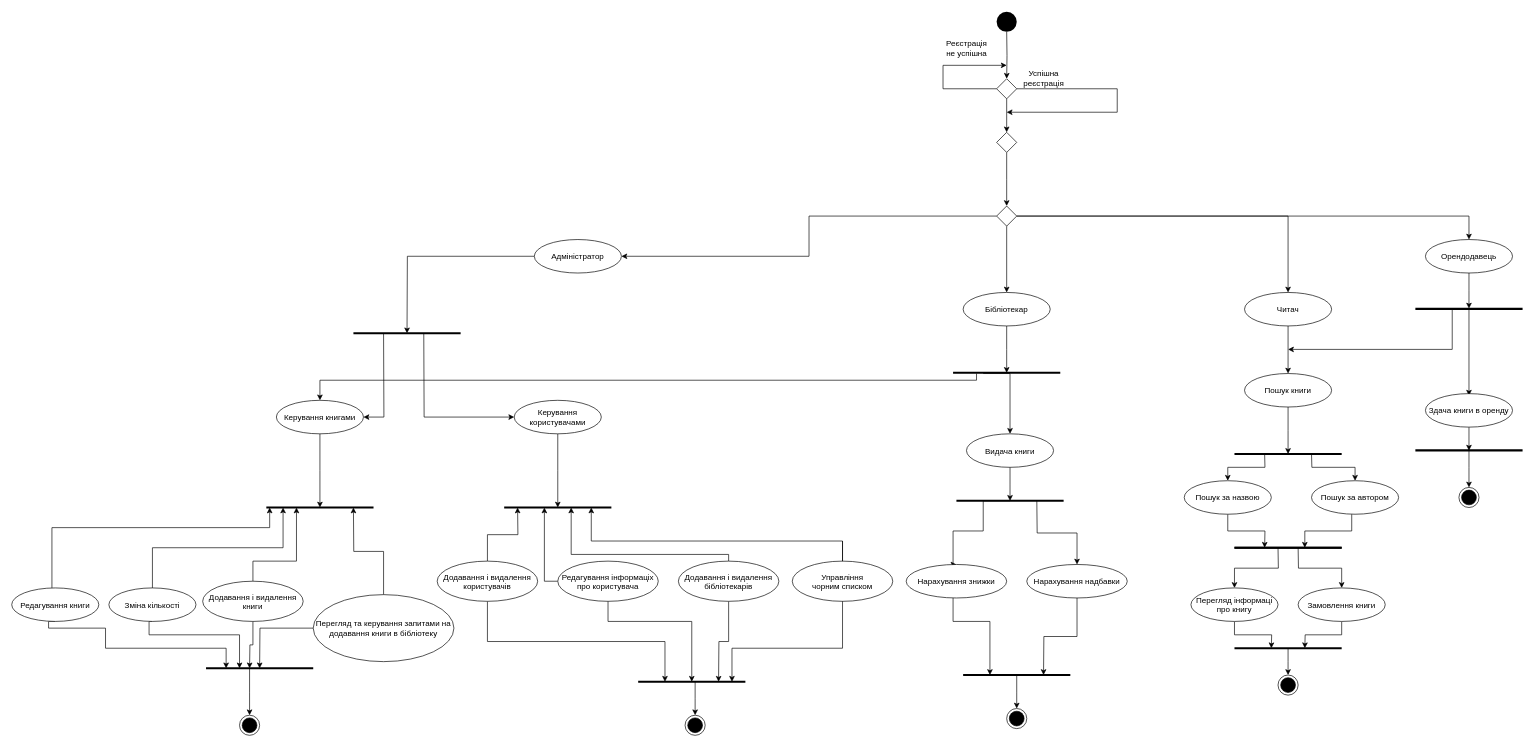
Above: activity_diagram.drawio in mmeerrccyy/tcpp_library_project (draw.io), before the change. Source tidied: cells renumbered, new cells numbered last; positions are measured from the earlier drawing's top-left corner, leaving out a move shared by most shapes. Both pictures are drawn from the tidied source at 67%, with x=0, y=0 at pixel (11, 11).
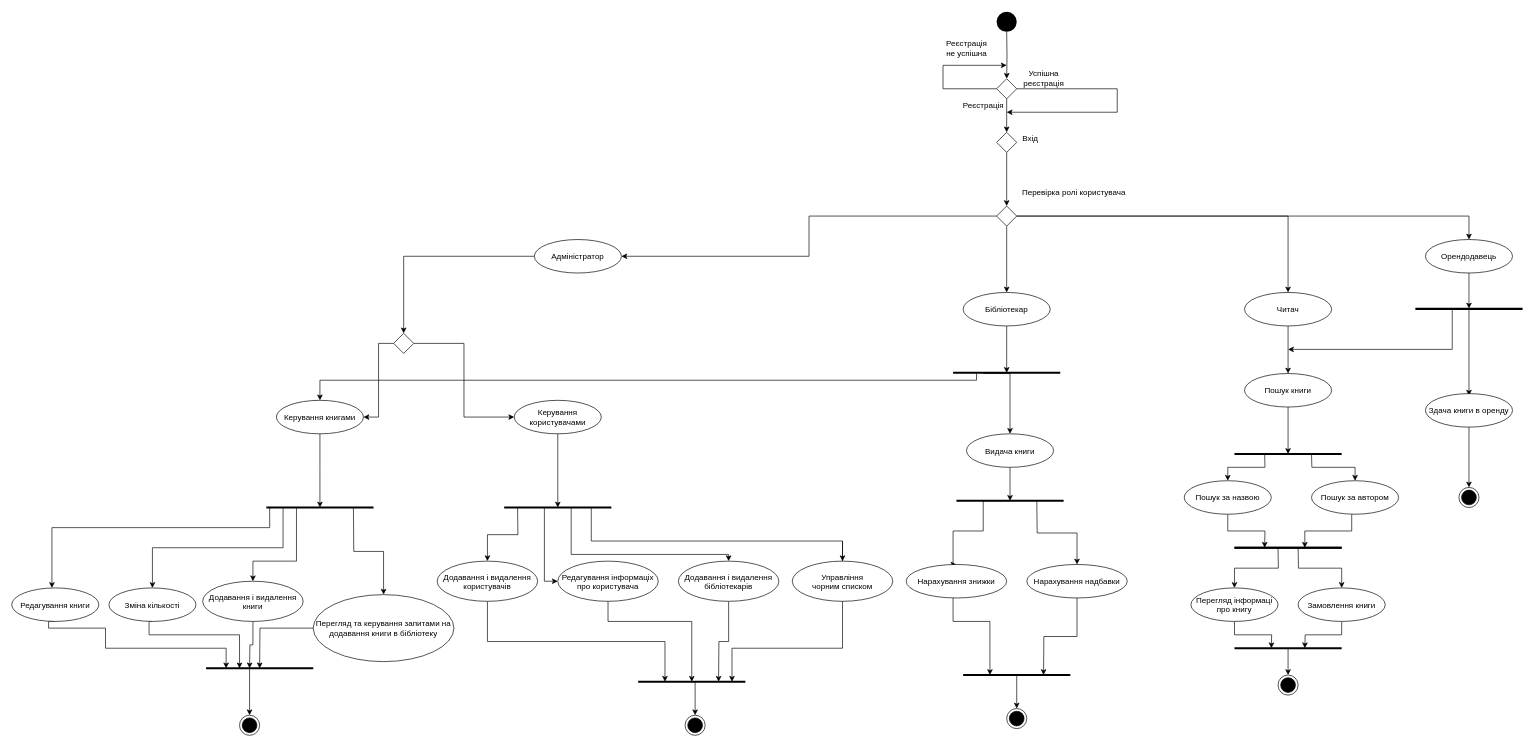
Above is the later version.

The change refers to these unchanged cells:
```xml
<mxCell id="13" value="Адміністратор" style="ellipse;" parent="1" vertex="1">
  <mxGeometry x="780" y="340" width="130" height="50" as="geometry" />
</mxCell>
<mxCell id="18" value="Керування книгами" style="ellipse;" parent="1" vertex="1">
  <mxGeometry x="395" y="580" width="130" height="50" as="geometry" />
</mxCell>
<mxCell id="21" value="Керування &#10;користувачами" style="ellipse;" parent="1" vertex="1">
  <mxGeometry x="750" y="580" width="130" height="50" as="geometry" />
</mxCell>
<mxCell id="26" value="Зміна кількості" style="ellipse;" parent="1" vertex="1">
  <mxGeometry x="145" y="860" width="130" height="50" as="geometry" />
</mxCell>
<mxCell id="29" value="Додавання і видалення&#10;книги" style="ellipse;" parent="1" vertex="1">
  <mxGeometry x="285" y="850" width="150" height="60" as="geometry" />
</mxCell>
<mxCell id="32" value="Перегляд та керування запитами на &#10;додавання книги в бібліотеку" style="ellipse;" parent="1" vertex="1">
  <mxGeometry x="450" y="870" width="210" height="100" as="geometry" />
</mxCell>
<mxCell id="38" value="Додавання і видалення&#10;користувачів" style="ellipse;" parent="1" vertex="1">
  <mxGeometry x="635" y="820" width="150" height="60" as="geometry" />
</mxCell>
<mxCell id="41" value="Редагування інформаціх &#10;про користувача" style="ellipse;" parent="1" vertex="1">
  <mxGeometry x="815" y="820" width="150" height="60" as="geometry" />
</mxCell>
<mxCell id="44" value="Додавання і видалення&#10;бібліотекарів" style="ellipse;" parent="1" vertex="1">
  <mxGeometry x="995" y="820" width="150" height="60" as="geometry" />
</mxCell>
<mxCell id="47" value="Управління&#10;чорним списком" style="ellipse;" parent="1" vertex="1">
  <mxGeometry x="1165" y="820" width="150" height="60" as="geometry" />
</mxCell>
<mxCell id="103" value="Здача книги в оренду" style="ellipse;" parent="1" vertex="1">
  <mxGeometry x="2110" y="570" width="130" height="50" as="geometry" />
</mxCell>
<mxCell id="106" style="ellipse;html=1;shape=endState;fillColor=#000000;strokeColor=#000000;" parent="1" vertex="1">
  <mxGeometry x="2160" y="710" width="30" height="30" as="geometry" />
</mxCell>
```

The edit, as a diff of the source:
```diff
@@
-    <mxCell id="12" style="edgeStyle=orthogonalEdgeStyle;rounded=0;jettySize=auto;html=1;startArrow=none;startFill=0;endArrow=classic;endFill=1;" parent="1" edge="1" source="13">
-      <mxGeometry relative="1" as="geometry">
-        <mxPoint x="590" y="480" as="targetPoint" />
-      </mxGeometry>
+    <mxCell id="12" style="edgeStyle=orthogonalEdgeStyle;rounded=0;jettySize=auto;html=1;startArrow=none;startFill=0;endArrow=classic;endFill=1;entryX=0.5;entryY=0;entryDx=0;entryDy=0;" parent="1" edge="1" source="13" target="110">
+      <mxGeometry relative="1" as="geometry" />
     </mxCell>
@@
-    <mxCell id="14" style="endArrow=none;startArrow=none;endFill=0;startFill=0;endSize=8;html=1;verticalAlign=bottom;labelBackgroundColor=none;strokeWidth=3;" parent="1" edge="1">
-      <mxGeometry relative="1" as="geometry">
-        <mxPoint x="510" y="480" as="sourcePoint" />
-        <mxPoint x="670" y="480" as="targetPoint" />
-      </mxGeometry>
-    </mxCell>
-    <mxCell id="15" style="edgeStyle=orthogonalEdgeStyle;rounded=0;jettySize=auto;html=1;startArrow=classic;startFill=1;endArrow=none;endFill=0;" parent="1" edge="1" source="18">
-      <mxGeometry relative="1" as="geometry">
-        <mxPoint x="555" y="480" as="targetPoint" />
-      </mxGeometry>
+    <mxCell id="15" style="edgeStyle=orthogonalEdgeStyle;rounded=0;jettySize=auto;html=1;startArrow=classic;startFill=1;endArrow=none;endFill=0;entryX=0;entryY=0.5;entryDx=0;entryDy=0;" parent="1" edge="1" source="18" target="110">
+      <mxGeometry relative="1" as="geometry" />
     </mxCell>
@@
-    <mxCell id="19" style="edgeStyle=orthogonalEdgeStyle;rounded=0;jettySize=auto;html=1;startArrow=classic;startFill=1;endArrow=none;endFill=0;" parent="1" edge="1" source="21">
-      <mxGeometry relative="1" as="geometry">
-        <mxPoint x="615" y="480" as="targetPoint" />
-      </mxGeometry>
+    <mxCell id="19" style="edgeStyle=orthogonalEdgeStyle;rounded=0;jettySize=auto;html=1;startArrow=classic;startFill=1;endArrow=none;endFill=0;entryX=1;entryY=0.5;entryDx=0;entryDy=0;" parent="1" edge="1" source="21" target="110">
+      <mxGeometry relative="1" as="geometry" />
     </mxCell>
@@
-    <mxCell id="24" style="edgeStyle=orthogonalEdgeStyle;rounded=0;jettySize=auto;html=1;startArrow=none;startFill=0;endArrow=classic;endFill=1;" parent="1" edge="1" source="26">
+    <mxCell id="24" style="edgeStyle=orthogonalEdgeStyle;rounded=0;jettySize=auto;html=1;startArrow=classic;startFill=1;endArrow=none;endFill=0;" parent="1" edge="1" source="26">
       <mxGeometry relative="1" as="geometry">
         <mxPoint x="405" y="740" as="targetPoint" />
         <Array as="points">
           <mxPoint x="210" y="800" />
           <mxPoint x="405" y="800" />
           <mxPoint x="405" y="740" />
         </Array>
       </mxGeometry>
     </mxCell>
@@
-    <mxCell id="27" style="edgeStyle=orthogonalEdgeStyle;rounded=0;jettySize=auto;html=1;startArrow=none;startFill=0;endArrow=classic;endFill=1;" parent="1" edge="1" source="29">
+    <mxCell id="27" style="edgeStyle=orthogonalEdgeStyle;rounded=0;jettySize=auto;html=1;startArrow=classic;startFill=1;endArrow=none;endFill=0;" parent="1" edge="1" source="29">
       <mxGeometry relative="1" as="geometry">
         <mxPoint x="425" y="740" as="targetPoint" />
         <Array as="points">
           <mxPoint x="360" y="820" />
           <mxPoint x="425" y="820" />
         </Array>
       </mxGeometry>
     </mxCell>
@@
-    <mxCell id="30" style="edgeStyle=orthogonalEdgeStyle;rounded=0;jettySize=auto;html=1;startArrow=none;startFill=0;endArrow=classic;endFill=1;" parent="1" edge="1" source="32">
+    <mxCell id="30" style="edgeStyle=orthogonalEdgeStyle;rounded=0;jettySize=auto;html=1;startArrow=classic;startFill=1;endArrow=none;endFill=0;" parent="1" edge="1" source="32">
       <mxGeometry relative="1" as="geometry">
         <mxPoint x="510" y="740" as="targetPoint" />
       </mxGeometry>
     </mxCell>
@@
-    <mxCell id="33" style="edgeStyle=orthogonalEdgeStyle;rounded=0;orthogonalLoop=1;jettySize=auto;html=1;startArrow=none;startFill=0;endArrow=classic;endFill=1;" parent="1" edge="1">
+    <mxCell id="33" style="edgeStyle=orthogonalEdgeStyle;rounded=0;orthogonalLoop=1;jettySize=auto;html=1;startArrow=classic;startFill=1;endArrow=none;endFill=0;" parent="1" edge="1">
       <mxGeometry relative="1" as="geometry">
         <mxPoint x="60" y="860" as="sourcePoint" />
         <mxPoint x="385" y="740" as="targetPoint" />
         <Array as="points">
           <mxPoint x="60" y="770" />
           <mxPoint x="385" y="770" />
         </Array>
       </mxGeometry>
     </mxCell>
@@
-    <mxCell id="36" style="edgeStyle=orthogonalEdgeStyle;rounded=0;jettySize=auto;html=1;startArrow=none;startFill=0;endArrow=classic;endFill=1;" parent="1" edge="1" source="38">
+    <mxCell id="36" style="edgeStyle=orthogonalEdgeStyle;rounded=0;jettySize=auto;html=1;startArrow=classic;startFill=1;endArrow=none;endFill=0;" parent="1" edge="1" source="38">
       <mxGeometry relative="1" as="geometry">
         <mxPoint x="755" y="740" as="targetPoint" />
       </mxGeometry>
     </mxCell>
@@
-    <mxCell id="39" style="edgeStyle=orthogonalEdgeStyle;rounded=0;jettySize=auto;html=1;startArrow=none;startFill=0;endArrow=classic;endFill=1;" parent="1" edge="1" source="41">
+    <mxCell id="39" style="edgeStyle=orthogonalEdgeStyle;rounded=0;jettySize=auto;html=1;startArrow=classic;startFill=1;endArrow=none;endFill=0;" parent="1" edge="1" source="41">
       <mxGeometry relative="1" as="geometry">
         <mxPoint x="795" y="740" as="targetPoint" />
         <Array as="points">
           <mxPoint x="795" y="850" />
           <mxPoint x="795" y="740" />
         </Array>
       </mxGeometry>
     </mxCell>
@@
-    <mxCell id="42" style="edgeStyle=orthogonalEdgeStyle;rounded=0;jettySize=auto;html=1;exitX=0.5;exitY=0;exitDx=0;exitDy=0;startArrow=none;startFill=0;endArrow=classic;endFill=1;" parent="1" edge="1" source="44">
+    <mxCell id="42" style="edgeStyle=orthogonalEdgeStyle;rounded=0;jettySize=auto;html=1;exitX=0.5;exitY=0;exitDx=0;exitDy=0;startArrow=classic;startFill=1;endArrow=none;endFill=0;" parent="1" edge="1" source="44">
       <mxGeometry relative="1" as="geometry">
         <mxPoint x="835" y="740" as="targetPoint" />
         <Array as="points">
           <mxPoint x="1070" y="810" />
           <mxPoint x="835" y="810" />
         </Array>
       </mxGeometry>
     </mxCell>
@@
-    <mxCell id="45" style="edgeStyle=orthogonalEdgeStyle;rounded=0;jettySize=auto;html=1;exitX=0.5;exitY=0;exitDx=0;exitDy=0;startArrow=none;startFill=0;endArrow=classic;endFill=1;" parent="1" edge="1" source="47">
+    <mxCell id="45" style="edgeStyle=orthogonalEdgeStyle;rounded=0;jettySize=auto;html=1;exitX=0.5;exitY=0;exitDx=0;exitDy=0;startArrow=classic;startFill=1;endArrow=none;endFill=0;" parent="1" edge="1" source="47">
       <mxGeometry relative="1" as="geometry">
         <mxPoint x="865" y="740" as="targetPoint" />
         <Array as="points">
           <mxPoint x="1240" y="790" />
           <mxPoint x="865" y="790" />
         </Array>
       </mxGeometry>
     </mxCell>
@@
-    <mxCell id="102" style="edgeStyle=orthogonalEdgeStyle;rounded=0;jettySize=auto;html=1;startArrow=none;startFill=0;endArrow=classic;endFill=1;exitX=0.5;exitY=1;exitDx=0;exitDy=0;" parent="1" edge="1" source="103">
-      <mxGeometry relative="1" as="geometry">
-        <mxPoint x="2175" y="655" as="targetPoint" />
-      </mxGeometry>
-    </mxCell>
@@
-    <mxCell id="104" style="endArrow=none;startArrow=none;endFill=0;startFill=0;endSize=8;html=1;verticalAlign=bottom;labelBackgroundColor=none;strokeWidth=3;" parent="1" edge="1">
-      <mxGeometry relative="1" as="geometry">
-        <mxPoint x="2095" y="654.7" as="sourcePoint" />
-        <mxPoint x="2255" y="654.7" as="targetPoint" />
-      </mxGeometry>
-    </mxCell>
-    <mxCell id="105" style="edgeStyle=orthogonalEdgeStyle;rounded=0;jettySize=auto;html=1;startArrow=classic;startFill=1;endArrow=none;endFill=0;" parent="1" edge="1" source="106">
-      <mxGeometry relative="1" as="geometry">
-        <mxPoint x="2175" y="650" as="targetPoint" />
-      </mxGeometry>
+    <mxCell id="105" style="edgeStyle=orthogonalEdgeStyle;rounded=0;jettySize=auto;html=1;startArrow=classic;startFill=1;endArrow=none;endFill=0;entryX=0.5;entryY=1;entryDx=0;entryDy=0;" parent="1" edge="1" source="106" target="103">
+      <mxGeometry relative="1" as="geometry" />
     </mxCell>
@@
+    <mxCell id="107" value="Вхід" style="text;html=1;align=center;verticalAlign=middle;strokeColor=none;" parent="1" vertex="1">
+      <mxGeometry x="1500" y="180" width="40" height="20" as="geometry" />
+    </mxCell>
+    <mxCell id="108" value="Реєстрація" style="text;html=1;align=center;verticalAlign=middle;strokeColor=none;" parent="1" vertex="1">
+      <mxGeometry x="1410" y="130" width="80" height="20" as="geometry" />
+    </mxCell>
+    <mxCell id="109" value="Перевірка ролі користувача" style="text;html=1;align=center;verticalAlign=middle;strokeColor=none;" parent="1" vertex="1">
+      <mxGeometry x="1500" y="260" width="170" height="20" as="geometry" />
+    </mxCell>
+    <mxCell id="110" style="rhombus;" parent="1" vertex="1">
+      <mxGeometry x="570" y="480" width="30" height="30" as="geometry" />
+    </mxCell>
```
